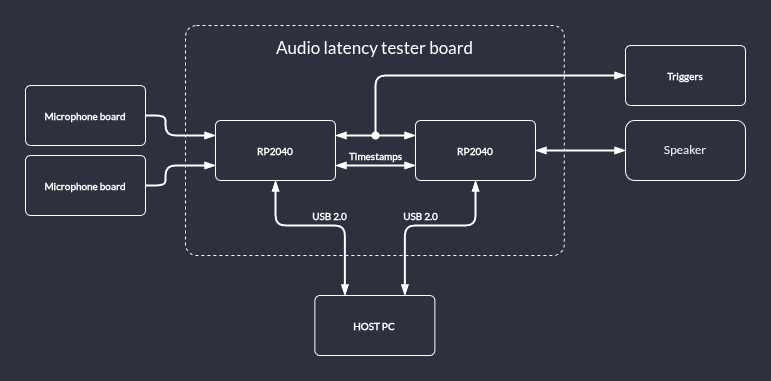
antmicro/audio-latency-tester keeps this draw.io diagram as doc/source/img/audio-graph.png. Above is the earlier version. Source tidied: cells renumbered, new cells last; positions are measured from the earlier drawing's top-left corner, leaving out a move shared by most shapes.
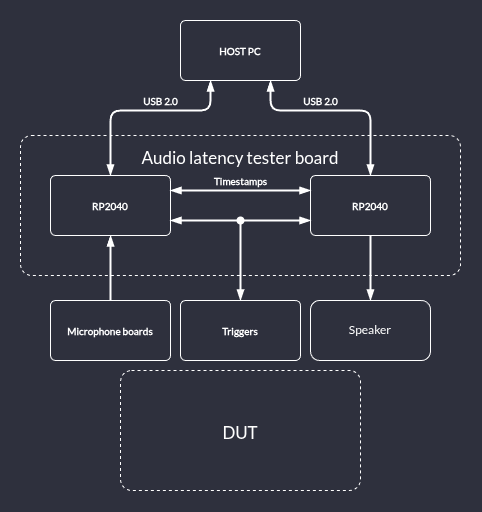
The same diagram one commit later.

Commit message:
[#75560] Update audio graph image

The edit, as a diff of the source:
```diff
@@ -3,82 +3,75 @@
     <mxCell id="0" />
     <mxCell id="1" parent="0" />
     <mxCell id="2" value="Speaker" style="rounded=1;whiteSpace=wrap;html=1;labelBackgroundColor=none;fontColor=#FFFFFF;fillColor=none;strokeColor=#FFFFFF;fontFamily=Lato;fontSource=https%3A%2F%2Ffonts.googleapis.com%2Fcss%3Ffamily%3DLato;" parent="1" vertex="1">
-      <mxGeometry x="600" y="95" width="120" height="60" as="geometry" />
+      <mxGeometry x="420" y="220" width="120" height="60" as="geometry" />
     </mxCell>
-    <mxCell id="3" value="&lt;div style=&quot;line-height: 170%; font-size: 10px;&quot;&gt;&lt;br&gt;&lt;/div&gt;" style="rounded=1;jettySize=auto;html=1;startArrow=blockThin;startFill=1;endArrow=none;endFill=1;endSize=6;fontSize=10;fontFamily=Lato;fontSource=https%3A%2F%2Ffonts.googleapis.com%2Fcss%3Ffamily%3DLato;fontColor=#FFFFFF;strokeWidth=2;fontStyle=1;strokeColor=#FFFFFF;spacing=0;labelBackgroundColor=none;verticalAlign=bottom;jumpStyle=arc;jumpSize=8;align=center;edgeStyle=orthogonalEdgeStyle;sourcePerimeterSpacing=2;targetPerimeterSpacing=2;entryX=1;entryY=0.5;entryDx=0;entryDy=0;exitX=0;exitY=0.25;exitDx=0;exitDy=0;" parent="1" edge="1" source="8" target="10">
-      <mxGeometry relative="1" as="geometry">
-        <Array as="points">
-          <mxPoint x="140" y="110" />
-          <mxPoint x="140" y="90" />
-        </Array>
-      </mxGeometry>
-    </mxCell>
-    <mxCell id="4" value="&lt;div style=&quot;line-height: 170%; font-size: 10px;&quot;&gt;&lt;br&gt;&lt;/div&gt;" style="rounded=1;jettySize=auto;html=1;startArrow=blockThin;startFill=1;endArrow=none;endFill=1;endSize=6;fontSize=10;fontFamily=Lato;fontSource=https%3A%2F%2Ffonts.googleapis.com%2Fcss%3Ffamily%3DLato;fontColor=#FFFFFF;strokeWidth=2;fontStyle=1;strokeColor=#FFFFFF;spacing=0;labelBackgroundColor=none;verticalAlign=bottom;jumpStyle=arc;jumpSize=8;align=center;edgeStyle=orthogonalEdgeStyle;sourcePerimeterSpacing=2;targetPerimeterSpacing=2;entryX=1;entryY=0.5;entryDx=0;entryDy=0;exitX=0;exitY=0.75;exitDx=0;exitDy=0;" parent="1" edge="1" source="8" target="11">
+    <mxCell id="4" value="&lt;div style=&quot;line-height: 170%; font-size: 10px;&quot;&gt;&lt;br&gt;&lt;/div&gt;" style="rounded=1;jettySize=auto;html=1;startArrow=blockThin;startFill=1;endArrow=none;endFill=1;endSize=6;fontSize=10;fontFamily=Lato;fontSource=https%3A%2F%2Ffonts.googleapis.com%2Fcss%3Ffamily%3DLato;fontColor=#FFFFFF;strokeWidth=2;fontStyle=1;strokeColor=#FFFFFF;spacing=0;labelBackgroundColor=none;verticalAlign=bottom;jumpStyle=arc;jumpSize=8;align=center;edgeStyle=orthogonalEdgeStyle;sourcePerimeterSpacing=2;targetPerimeterSpacing=2;entryX=0.5;entryY=0;entryDx=0;entryDy=0;exitX=0.5;exitY=1;exitDx=0;exitDy=0;" parent="1" edge="1" source="8" target="11">
       <mxGeometry relative="1" as="geometry">
         <Array as="points">
-          <mxPoint x="140" y="140" />
-          <mxPoint x="140" y="160" />
+          <mxPoint x="220" y="190" />
+          <mxPoint x="220" y="190" />
         </Array>
       </mxGeometry>
     </mxCell>
-    <mxCell id="5" value="&lt;div style=&quot;line-height: 170%; font-size: 10px;&quot;&gt;Timestamps&lt;/div&gt;" style="rounded=1;jettySize=auto;html=1;startArrow=blockThin;startFill=1;endArrow=blockThin;endFill=1;endSize=6;fontSize=10;fontFamily=Lato;fontSource=https%3A%2F%2Ffonts.googleapis.com%2Fcss%3Ffamily%3DLato;fontColor=#FFFFFF;strokeWidth=2;fontStyle=1;strokeColor=#FFFFFF;entryX=1;entryY=0.75;entryDx=0;entryDy=0;spacing=0;labelBackgroundColor=none;verticalAlign=bottom;jumpStyle=arc;jumpSize=8;align=center;edgeStyle=orthogonalEdgeStyle;sourcePerimeterSpacing=2;targetPerimeterSpacing=2;exitX=0;exitY=0.75;exitDx=0;exitDy=0;" parent="1" edge="1" source="9" target="8">
+    <mxCell id="5" value="&lt;div style=&quot;line-height: 170%; font-size: 10px;&quot;&gt;Timestamps&lt;/div&gt;" style="rounded=1;jettySize=auto;html=1;startArrow=blockThin;startFill=1;endArrow=blockThin;endFill=1;endSize=6;fontSize=10;fontFamily=Lato;fontSource=https%3A%2F%2Ffonts.googleapis.com%2Fcss%3Ffamily%3DLato;fontColor=#FFFFFF;strokeWidth=2;fontStyle=1;strokeColor=#FFFFFF;entryX=1;entryY=0.25;entryDx=0;entryDy=0;spacing=0;labelBackgroundColor=none;verticalAlign=bottom;jumpStyle=arc;jumpSize=8;align=center;edgeStyle=orthogonalEdgeStyle;sourcePerimeterSpacing=2;targetPerimeterSpacing=2;exitX=0;exitY=0.25;exitDx=0;exitDy=0;" parent="1" edge="1" source="9" target="8">
       <mxGeometry relative="1" as="geometry" />
     </mxCell>
-    <mxCell id="6" value="&lt;div style=&quot;line-height: 170%; font-size: 10px;&quot;&gt;&lt;br&gt;&lt;/div&gt;" style="rounded=1;jettySize=auto;html=1;startArrow=blockThin;startFill=1;endArrow=blockThin;endFill=1;endSize=6;fontSize=10;fontFamily=Lato;fontSource=https%3A%2F%2Ffonts.googleapis.com%2Fcss%3Ffamily%3DLato;fontColor=#FFFFFF;strokeWidth=2;fontStyle=1;strokeColor=#FFFFFF;spacing=0;labelBackgroundColor=none;verticalAlign=bottom;jumpStyle=arc;jumpSize=8;align=center;edgeStyle=orthogonalEdgeStyle;sourcePerimeterSpacing=2;targetPerimeterSpacing=2;entryX=0;entryY=0.5;entryDx=0;entryDy=0;exitX=1;exitY=0.5;exitDx=0;exitDy=0;" parent="1" edge="1" source="9" target="2">
-      <mxGeometry relative="1" as="geometry" />
-    </mxCell>
     <mxCell id="7" value="&lt;font&gt;HOST PC&lt;/font&gt;" style="rounded=1;whiteSpace=wrap;html=1;strokeWidth=1;fontFamily=Lato;fontSource=https%3A%2F%2Ffonts.googleapis.com%2Fcss%3Ffamily%3DLato;fontColor=#ffffff;fontStyle=1;strokeColor=#FFFFFF;fillColor=none;comic=0;fixDash=0;spacingLeft=0;spacingBottom=0;spacingRight=0;spacingTop=0;spacing=4;labelBackgroundColor=none;labelBorderColor=none;fontSize=10;absoluteArcSize=1;arcSize=10;align=center;verticalAlign=middle;" parent="1" vertex="1">
-      <mxGeometry x="289.4" y="270" width="120" height="60" as="geometry" />
+      <mxGeometry x="290" y="-60" width="120" height="60" as="geometry" />
     </mxCell>
     <mxCell id="8" value="&lt;font&gt;RP2040&lt;/font&gt;" style="rounded=1;whiteSpace=wrap;html=1;strokeWidth=1;fontFamily=Lato;fontSource=https%3A%2F%2Ffonts.googleapis.com%2Fcss%3Ffamily%3DLato;fontColor=#ffffff;fontStyle=1;strokeColor=#FFFFFF;fillColor=none;comic=0;fixDash=0;spacingLeft=0;spacingBottom=0;spacingRight=0;spacingTop=0;spacing=4;labelBackgroundColor=none;labelBorderColor=none;fontSize=10;absoluteArcSize=1;arcSize=10;align=center;verticalAlign=middle;" parent="1" vertex="1">
-      <mxGeometry x="190" y="95" width="120" height="60" as="geometry" />
+      <mxGeometry x="160" y="95" width="120" height="60" as="geometry" />
     </mxCell>
     <mxCell id="9" value="&lt;font&gt;RP2040&lt;/font&gt;" style="rounded=1;whiteSpace=wrap;html=1;strokeWidth=1;fontFamily=Lato;fontSource=https%3A%2F%2Ffonts.googleapis.com%2Fcss%3Ffamily%3DLato;fontColor=#ffffff;fontStyle=1;strokeColor=#FFFFFF;fillColor=none;comic=0;fixDash=0;spacingLeft=0;spacingBottom=0;spacingRight=0;spacingTop=0;spacing=4;labelBackgroundColor=none;labelBorderColor=none;fontSize=10;absoluteArcSize=1;arcSize=10;align=center;verticalAlign=middle;" parent="1" vertex="1">
-      <mxGeometry x="390" y="95" width="120" height="60" as="geometry" />
+      <mxGeometry x="420" y="95" width="120" height="60" as="geometry" />
     </mxCell>
-    <mxCell id="10" value="&lt;font&gt;Microphone board&lt;/font&gt;" style="rounded=1;whiteSpace=wrap;html=1;strokeWidth=1;fontFamily=Lato;fontSource=https%3A%2F%2Ffonts.googleapis.com%2Fcss%3Ffamily%3DLato;fontColor=#ffffff;fontStyle=1;strokeColor=#FFFFFF;fillColor=none;comic=0;fixDash=0;spacingLeft=0;spacingBottom=0;spacingRight=0;spacingTop=0;spacing=4;labelBackgroundColor=none;labelBorderColor=none;fontSize=10;absoluteArcSize=1;arcSize=10;align=center;verticalAlign=middle;" parent="1" vertex="1">
-      <mxGeometry y="60" width="120" height="60" as="geometry" />
-    </mxCell>
-    <mxCell id="11" value="&lt;font&gt;Microphone board&lt;/font&gt;" style="rounded=1;whiteSpace=wrap;html=1;strokeWidth=1;fontFamily=Lato;fontSource=https%3A%2F%2Ffonts.googleapis.com%2Fcss%3Ffamily%3DLato;fontColor=#ffffff;fontStyle=1;strokeColor=#FFFFFF;fillColor=none;comic=0;fixDash=0;spacingLeft=0;spacingBottom=0;spacingRight=0;spacingTop=0;spacing=4;labelBackgroundColor=none;labelBorderColor=none;fontSize=10;absoluteArcSize=1;arcSize=10;align=center;verticalAlign=middle;" parent="1" vertex="1">
-      <mxGeometry y="130" width="120" height="60" as="geometry" />
+    <mxCell id="11" value="&lt;font&gt;Microphone boards&lt;/font&gt;" style="rounded=1;whiteSpace=wrap;html=1;strokeWidth=1;fontFamily=Lato;fontSource=https%3A%2F%2Ffonts.googleapis.com%2Fcss%3Ffamily%3DLato;fontColor=#ffffff;fontStyle=1;strokeColor=#FFFFFF;fillColor=none;comic=0;fixDash=0;spacingLeft=0;spacingBottom=0;spacingRight=0;spacingTop=0;spacing=4;labelBackgroundColor=none;labelBorderColor=none;fontSize=10;absoluteArcSize=1;arcSize=10;align=center;verticalAlign=middle;" parent="1" vertex="1">
+      <mxGeometry x="160" y="220" width="120" height="60" as="geometry" />
     </mxCell>
     <mxCell id="12" value="&lt;div&gt;&lt;span style=&quot;background-color: transparent; color: light-dark(rgb(255, 255, 255), rgb(18, 18, 18));&quot;&gt;Triggers&lt;/span&gt;&lt;/div&gt;" style="rounded=1;whiteSpace=wrap;html=1;strokeWidth=1;fontFamily=Lato;fontSource=https%3A%2F%2Ffonts.googleapis.com%2Fcss%3Ffamily%3DLato;fontColor=#ffffff;fontStyle=1;strokeColor=#FFFFFF;fillColor=none;comic=0;fixDash=0;spacingLeft=0;spacingBottom=0;spacingRight=0;spacingTop=0;spacing=4;labelBackgroundColor=none;labelBorderColor=none;fontSize=10;absoluteArcSize=1;arcSize=10;align=center;verticalAlign=middle;" parent="1" vertex="1">
-      <mxGeometry x="600" y="20" width="120" height="60" as="geometry" />
+      <mxGeometry x="290" y="220" width="120" height="60" as="geometry" />
     </mxCell>
-    <mxCell id="13" value="&lt;div style=&quot;line-height: 170%; font-size: 10px;&quot;&gt;&lt;br&gt;&lt;/div&gt;" style="rounded=1;jettySize=auto;html=1;startArrow=blockThin;startFill=1;endArrow=blockThin;endFill=1;endSize=6;fontSize=10;fontFamily=Lato;fontSource=https%3A%2F%2Ffonts.googleapis.com%2Fcss%3Ffamily%3DLato;fontColor=#FFFFFF;strokeWidth=2;fontStyle=1;strokeColor=#FFFFFF;spacing=0;labelBackgroundColor=none;verticalAlign=bottom;jumpStyle=arc;jumpSize=8;align=center;edgeStyle=orthogonalEdgeStyle;sourcePerimeterSpacing=2;targetPerimeterSpacing=2;entryX=1;entryY=0.25;entryDx=0;entryDy=0;exitX=0;exitY=0.25;exitDx=0;exitDy=0;" parent="1" edge="1" source="9" target="8">
-      <mxGeometry relative="1" as="geometry">
-        <Array as="points">
-          <mxPoint x="370" y="110" />
-          <mxPoint x="370" y="110" />
-        </Array>
-      </mxGeometry>
+    <mxCell id="13" value="&lt;div style=&quot;line-height: 170%; font-size: 10px;&quot;&gt;&lt;br&gt;&lt;/div&gt;" style="rounded=1;jettySize=auto;html=1;startArrow=blockThin;startFill=1;endArrow=blockThin;endFill=1;endSize=6;fontSize=10;fontFamily=Lato;fontSource=https%3A%2F%2Ffonts.googleapis.com%2Fcss%3Ffamily%3DLato;fontColor=#FFFFFF;strokeWidth=2;fontStyle=1;strokeColor=#FFFFFF;spacing=0;labelBackgroundColor=none;verticalAlign=bottom;jumpStyle=arc;jumpSize=8;align=center;edgeStyle=orthogonalEdgeStyle;sourcePerimeterSpacing=2;targetPerimeterSpacing=2;entryX=1;entryY=0.75;entryDx=0;entryDy=0;exitX=0;exitY=0.75;exitDx=0;exitDy=0;" parent="1" edge="1" source="9" target="8">
+      <mxGeometry relative="1" as="geometry" />
     </mxCell>
-    <mxCell id="14" value="&lt;div style=&quot;line-height: 170%; font-size: 10px;&quot;&gt;USB 2.0&lt;/div&gt;" style="rounded=1;jettySize=auto;html=1;startArrow=blockThin;startFill=1;endArrow=blockThin;endFill=1;endSize=6;fontSize=10;fontFamily=Lato;fontSource=https%3A%2F%2Ffonts.googleapis.com%2Fcss%3Ffamily%3DLato;fontColor=#FFFFFF;strokeWidth=2;fontStyle=1;strokeColor=#FFFFFF;entryX=0.5;entryY=1;entryDx=0;entryDy=0;spacing=0;exitX=0.25;exitY=0;exitDx=0;exitDy=0;labelBackgroundColor=none;verticalAlign=bottom;jumpStyle=arc;jumpSize=8;align=center;edgeStyle=orthogonalEdgeStyle;sourcePerimeterSpacing=2;targetPerimeterSpacing=2;" parent="1" edge="1" source="7" target="8">
-      <mxGeometry x="-0.08" relative="1" as="geometry">
+    <mxCell id="14" value="&lt;div style=&quot;line-height: 170%; font-size: 10px;&quot;&gt;USB 2.0&lt;/div&gt;" style="rounded=1;jettySize=auto;html=1;startArrow=blockThin;startFill=1;endArrow=blockThin;endFill=1;endSize=6;fontSize=10;fontFamily=Lato;fontSource=https%3A%2F%2Ffonts.googleapis.com%2Fcss%3Ffamily%3DLato;fontColor=#FFFFFF;strokeWidth=2;fontStyle=1;strokeColor=#FFFFFF;entryX=0.25;entryY=1;entryDx=0;entryDy=0;spacing=0;labelBackgroundColor=none;verticalAlign=bottom;jumpStyle=arc;jumpSize=8;align=center;edgeStyle=orthogonalEdgeStyle;sourcePerimeterSpacing=2;targetPerimeterSpacing=2;exitX=0.5;exitY=0;exitDx=0;exitDy=0;" parent="1" edge="1" source="8" target="7">
+      <mxGeometry x="0.18" relative="1" as="geometry">
         <Array as="points">
-          <mxPoint x="320" y="200" />
-          <mxPoint x="250" y="200" />
+          <mxPoint x="220" y="30" />
+          <mxPoint x="320" y="30" />
         </Array>
       </mxGeometry>
     </mxCell>
-    <mxCell id="15" value="&lt;div style=&quot;line-height: 170%; font-size: 10px;&quot;&gt;USB 2.0&lt;/div&gt;" style="rounded=1;jettySize=auto;html=1;startArrow=blockThin;startFill=1;endArrow=blockThin;endFill=1;endSize=6;fontSize=10;fontFamily=Lato;fontSource=https%3A%2F%2Ffonts.googleapis.com%2Fcss%3Ffamily%3DLato;fontColor=#FFFFFF;strokeWidth=2;fontStyle=1;strokeColor=#FFFFFF;entryX=0.5;entryY=1;entryDx=0;entryDy=0;spacing=0;exitX=0.75;exitY=0;exitDx=0;exitDy=0;labelBackgroundColor=none;verticalAlign=bottom;jumpStyle=arc;jumpSize=8;align=center;edgeStyle=orthogonalEdgeStyle;sourcePerimeterSpacing=2;targetPerimeterSpacing=2;" parent="1" edge="1" source="7" target="9">
-      <mxGeometry x="-0.08" relative="1" as="geometry">
+    <mxCell id="15" value="&lt;div style=&quot;line-height: 170%; font-size: 10px;&quot;&gt;USB 2.0&lt;/div&gt;" style="rounded=1;jettySize=auto;html=1;startArrow=blockThin;startFill=1;endArrow=blockThin;endFill=1;endSize=6;fontSize=10;fontFamily=Lato;fontSource=https%3A%2F%2Ffonts.googleapis.com%2Fcss%3Ffamily%3DLato;fontColor=#FFFFFF;strokeWidth=2;fontStyle=1;strokeColor=#FFFFFF;entryX=0.5;entryY=0;entryDx=0;entryDy=0;spacing=0;exitX=0.75;exitY=1;exitDx=0;exitDy=0;labelBackgroundColor=none;verticalAlign=bottom;jumpStyle=arc;jumpSize=8;align=center;edgeStyle=orthogonalEdgeStyle;sourcePerimeterSpacing=2;targetPerimeterSpacing=2;" parent="1" edge="1" source="7" target="9">
+      <mxGeometry x="-0.18" relative="1" as="geometry">
         <Array as="points">
-          <mxPoint x="380" y="200" />
-          <mxPoint x="450" y="200" />
+          <mxPoint x="380" y="30" />
+          <mxPoint x="480" y="30" />
         </Array>
       </mxGeometry>
     </mxCell>
     <mxCell id="16" value="&lt;span style=&quot;font-size: 17px; font-weight: 400;&quot;&gt;Audio latency tester board&lt;/span&gt;" style="rounded=1;whiteSpace=wrap;html=1;fontSize=12;arcSize=22;strokeWidth=1;fontFamily=Lato;fontSource=https%3A%2F%2Ffonts.googleapis.com%2Fcss%3Ffamily%3DLato;fontColor=#FFFFFF;dashed=1;strokeColor=#FFFFFF;fillColor=none;verticalAlign=top;horizontal=1;spacingTop=6;fontStyle=1;labelBackgroundColor=none;labelBorderColor=none;absoluteArcSize=1;" parent="1" vertex="1">
-      <mxGeometry x="160" width="378.8" height="230" as="geometry" />
+      <mxGeometry x="130" y="55" width="440" height="140" as="geometry" />
     </mxCell>
-    <mxCell id="17" value="&lt;div style=&quot;line-height: 170%; font-size: 10px;&quot;&gt;&lt;br&gt;&lt;/div&gt;" style="rounded=1;jettySize=auto;html=1;startArrow=oval;startFill=1;endArrow=blockThin;endFill=1;endSize=6;fontSize=10;fontFamily=Lato;fontSource=https%3A%2F%2Ffonts.googleapis.com%2Fcss%3Ffamily%3DLato;fontColor=#FFFFFF;strokeWidth=2;fontStyle=1;strokeColor=#FFFFFF;spacing=0;labelBackgroundColor=none;verticalAlign=bottom;jumpStyle=arc;jumpSize=8;align=center;edgeStyle=orthogonalEdgeStyle;sourcePerimeterSpacing=2;targetPerimeterSpacing=2;entryX=0;entryY=0.5;entryDx=0;entryDy=0;" parent="1" edge="1" target="12">
+    <mxCell id="17" value="&lt;div style=&quot;line-height: 170%; font-size: 10px;&quot;&gt;&lt;br&gt;&lt;/div&gt;" style="rounded=1;jettySize=auto;html=1;startArrow=oval;startFill=1;endArrow=blockThin;endFill=1;endSize=6;fontSize=10;fontFamily=Lato;fontSource=https%3A%2F%2Ffonts.googleapis.com%2Fcss%3Ffamily%3DLato;fontColor=#FFFFFF;strokeWidth=2;fontStyle=1;strokeColor=#FFFFFF;spacing=0;labelBackgroundColor=none;verticalAlign=bottom;jumpStyle=arc;jumpSize=8;align=center;edgeStyle=orthogonalEdgeStyle;sourcePerimeterSpacing=2;targetPerimeterSpacing=2;entryX=0.5;entryY=0;entryDx=0;entryDy=0;" parent="1" edge="1" target="12">
       <mxGeometry relative="1" as="geometry">
-        <mxPoint x="350" y="110" as="sourcePoint" />
+        <mxPoint x="350" y="140" as="sourcePoint" />
         <Array as="points">
-          <mxPoint x="350" y="50" />
+          <mxPoint x="350" y="200" />
+          <mxPoint x="350" y="200" />
         </Array>
       </mxGeometry>
     </mxCell>
+    <mxCell id="18" value="&lt;div&gt;&lt;span style=&quot;font-size: 17px; font-weight: 400; background-color: transparent; color: light-dark(rgb(255, 255, 255), rgb(18, 18, 18));&quot;&gt;DUT&lt;/span&gt;&lt;/div&gt;" style="rounded=1;whiteSpace=wrap;html=1;fontSize=12;arcSize=22;strokeWidth=1;fontFamily=Lato;fontSource=https%3A%2F%2Ffonts.googleapis.com%2Fcss%3Ffamily%3DLato;fontColor=#FFFFFF;dashed=1;strokeColor=#FFFFFF;fillColor=none;verticalAlign=middle;horizontal=1;spacingTop=6;fontStyle=1;labelBackgroundColor=none;labelBorderColor=none;absoluteArcSize=1;" parent="1" vertex="1">
+      <mxGeometry x="230" y="290" width="240" height="120" as="geometry" />
+    </mxCell>
+    <mxCell id="6" value="&lt;div style=&quot;line-height: 170%; font-size: 10px;&quot;&gt;&lt;br&gt;&lt;/div&gt;" style="rounded=1;jettySize=auto;html=1;startArrow=none;startFill=0;endArrow=blockThin;endFill=1;endSize=6;fontSize=10;fontFamily=Lato;fontSource=https%3A%2F%2Ffonts.googleapis.com%2Fcss%3Ffamily%3DLato;fontColor=#FFFFFF;strokeWidth=2;fontStyle=1;strokeColor=#FFFFFF;spacing=0;labelBackgroundColor=none;verticalAlign=bottom;jumpStyle=arc;jumpSize=8;align=center;edgeStyle=orthogonalEdgeStyle;sourcePerimeterSpacing=2;targetPerimeterSpacing=2;entryX=0.5;entryY=0;entryDx=0;entryDy=0;exitX=0.5;exitY=1;exitDx=0;exitDy=0;" parent="1" edge="1" source="9" target="2">
+      <mxGeometry relative="1" as="geometry">
+        <Array as="points">
+          <mxPoint x="480" y="190" />
+          <mxPoint x="480" y="190" />
+        </Array>
+      </mxGeometry>
+    </mxCell>
   </root>
 </mxGraphModel>
```
